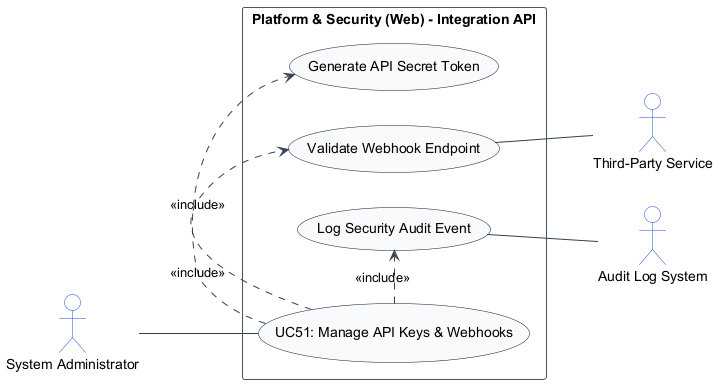
Above: usecase_images/UC51.png in TamBui1706/HRPlatform (PlantUML), before the change. Source of this version:
```plantuml
@startuml
left to right direction
skinparam shadowing false
skinparam packageStyle rectangle
skinparam actorStyle stickman

skinparam ArrowColor #334155
skinparam ActorBorderColor #1d4ed8
skinparam ActorBackgroundColor #ffffff
skinparam UsecaseBorderColor #0f172a
skinparam UsecaseBackgroundColor #f8fafc
skinparam RectangleBorderColor #475569
skinparam RectangleBackgroundColor #ffffff

actor "System Administrator" as SystemAdministrator
actor "Third-Party Service" as ThirdPartyService
actor "Audit Log System" as AuditLogSystem

rectangle "Platform & Security (Web) - Integration API" {
    usecase "UC51: Manage API Keys & Webhooks" as UC_Main
    usecase "Generate API Secret Token" as UC_GenSecret
    usecase "Validate Webhook Endpoint" as UC_ValWebhook
    usecase "Log Security Audit Event" as UC_AuditLog

    SystemAdministrator -- UC_Main
    UC_Main .> UC_GenSecret : <<include>>
    UC_Main .> UC_ValWebhook : <<include>>
    UC_Main .> UC_AuditLog : <<include>>
    UC_ValWebhook -- ThirdPartyService
    UC_AuditLog -- AuditLogSystem
}
@enduml
```
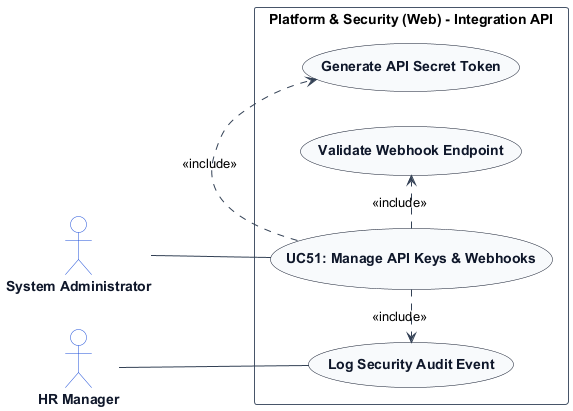
Above is the later version.

What changed in the source:
```diff
@@ -7,14 +7,19 @@
 skinparam ArrowColor #334155
 skinparam ActorBorderColor #1d4ed8
 skinparam ActorBackgroundColor #ffffff
+skinparam ActorFontColor #0f172a
+skinparam ActorFontStyle bold
+
 skinparam UsecaseBorderColor #0f172a
 skinparam UsecaseBackgroundColor #f8fafc
+skinparam UsecaseFontColor #0f172a
+skinparam UsecaseFontStyle bold
+
 skinparam RectangleBorderColor #475569
 skinparam RectangleBackgroundColor #ffffff
 
 actor "System Administrator" as SystemAdministrator
-actor "Third-Party Service" as ThirdPartyService
-actor "Audit Log System" as AuditLogSystem
+actor "HR Manager" as HRManager
 
 rectangle "Platform & Security (Web) - Integration API" {
     usecase "UC51: Manage API Keys & Webhooks" as UC_Main
@@ -23,10 +28,9 @@
     usecase "Log Security Audit Event" as UC_AuditLog
 
     SystemAdministrator -- UC_Main
+    HRManager -- UC_AuditLog
     UC_Main .> UC_GenSecret : <<include>>
     UC_Main .> UC_ValWebhook : <<include>>
     UC_Main .> UC_AuditLog : <<include>>
-    UC_ValWebhook -- ThirdPartyService
-    UC_AuditLog -- AuditLogSystem
 }
 @enduml
```
